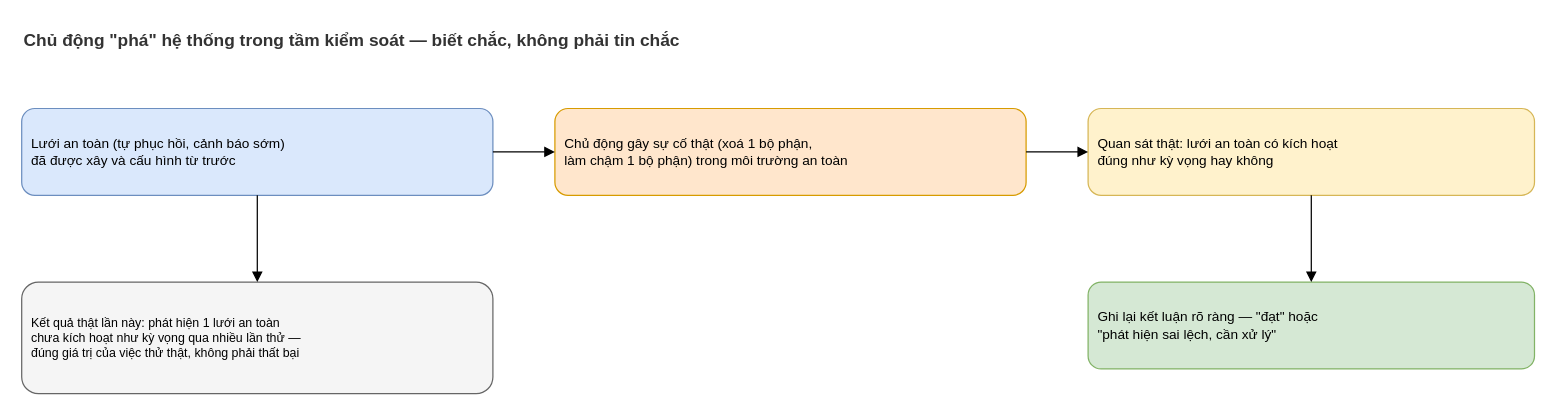
Above: docs/diagrams/025-chaos-pod-kill-latency-flow-nghiep-vu.drawio in nmhieuit/ecommerce (draw.io), before the change. Source tidied: cells renumbered, new cells numbered last; positions are measured from the earlier drawing's top-left corner, leaving out a move shared by most shapes. Both pictures are drawn from the tidied source at 124%, with x=0, y=0 at pixel (21, 21).
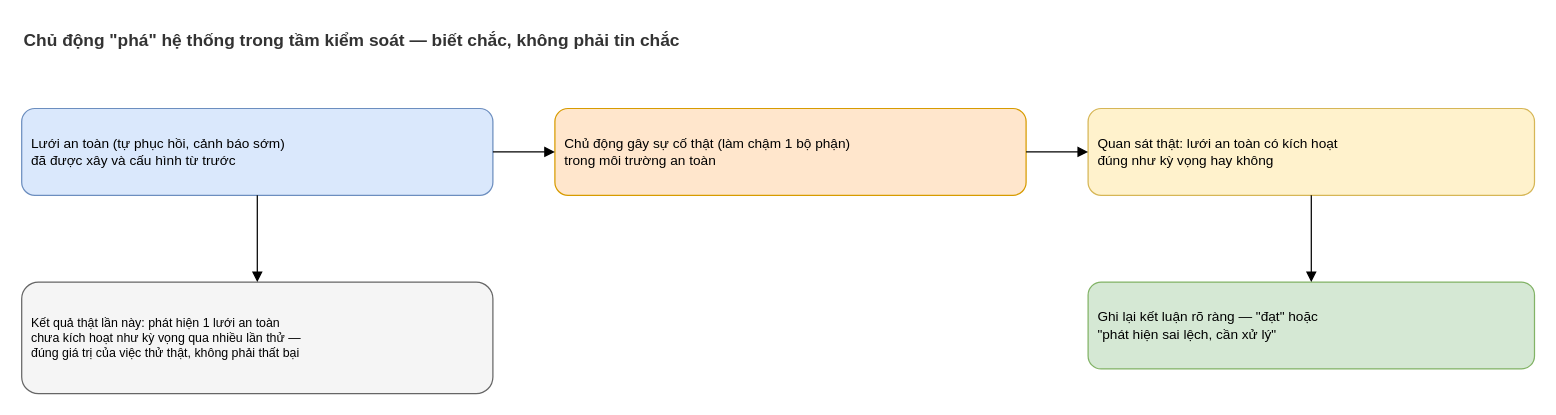
The same page after the edit.

Diff of the diagram source:
```diff
@@
 <mxGraphModel>
   <root>
     <mxCell id="0" />
     <mxCell id="1" parent="0" />
     <mxCell id="2" value="Chủ động &quot;phá&quot; hệ thống trong tầm kiểm soát — biết chắc, không phải tin chắc" style="text;html=1;fontStyle=1;fontSize=14;fontColor=#333333;" parent="1" vertex="1">
       <mxGeometry width="1000" height="26" as="geometry" />
     </mxCell>
     <mxCell id="3" value="Lưới an toàn (tự phục hồi, cảnh báo sớm)&#10;đã được xây và cấu hình từ trước" style="rounded=1;whiteSpace=wrap;html=1;fillColor=#dae8fc;strokeColor=#6c8ebf;fontSize=11;align=left;spacingLeft=6;" parent="1" vertex="1">
       <mxGeometry y="70" width="380" height="70" as="geometry" />
     </mxCell>
-    <mxCell id="4" value="Chủ động gây sự cố thật (xoá 1 bộ phận,&#10;làm chậm 1 bộ phận) trong môi trường an toàn" style="rounded=1;whiteSpace=wrap;html=1;fillColor=#ffe6cc;strokeColor=#d79b00;fontSize=11;align=left;spacingLeft=6;" parent="1" vertex="1">
+    <mxCell id="4" value="Chủ động gây sự cố thật (làm chậm 1 bộ phận)&#10;trong môi trường an toàn" style="rounded=1;whiteSpace=wrap;html=1;fillColor=#ffe6cc;strokeColor=#d79b00;fontSize=11;align=left;spacingLeft=6;" parent="1" vertex="1">
       <mxGeometry x="430" y="70" width="380" height="70" as="geometry" />
     </mxCell>
     <mxCell id="5" value="Quan sát thật: lưới an toàn có kích hoạt&#10;đúng như kỳ vọng hay không" style="rounded=1;whiteSpace=wrap;html=1;fillColor=#fff2cc;strokeColor=#d6b656;fontSize=11;align=left;spacingLeft=6;" parent="1" vertex="1">
       <mxGeometry x="860" y="70" width="360" height="70" as="geometry" />
     </mxCell>
     <mxCell id="6" value="Ghi lại kết luận rõ ràng — &quot;đạt&quot; hoặc&#10;&quot;phát hiện sai lệch, cần xử lý&quot;" style="rounded=1;whiteSpace=wrap;html=1;fillColor=#d5e8d4;strokeColor=#82b366;fontSize=11;align=left;spacingLeft=6;" parent="1" vertex="1">
       <mxGeometry x="860" y="210" width="360" height="70" as="geometry" />
     </mxCell>
     <mxCell id="7" value="Kết quả thật lần này: phát hiện 1 lưới an toàn&#10;chưa kích hoạt như kỳ vọng qua nhiều lần thử —&#10;đúng giá trị của việc thử thật, không phải thất bại" style="rounded=1;whiteSpace=wrap;html=1;fillColor=#f5f5f5;strokeColor=#666666;fontSize=10;align=left;spacingLeft=6;" parent="1" vertex="1">
       <mxGeometry y="210" width="380" height="90" as="geometry" />
     </mxCell>
     <mxCell id="8" style="edgeStyle=orthogonalEdgeStyle;html=1;endArrow=block;fontSize=9;" parent="1" edge="1" source="3" target="4">
       <mxGeometry relative="1" as="geometry" />
     </mxCell>
     <mxCell id="9" style="edgeStyle=orthogonalEdgeStyle;html=1;endArrow=block;fontSize=9;" parent="1" edge="1" source="4" target="5">
       <mxGeometry relative="1" as="geometry" />
     </mxCell>
     <mxCell id="10" style="edgeStyle=orthogonalEdgeStyle;html=1;endArrow=block;fontSize=9;" parent="1" edge="1" source="5" target="6">
       <mxGeometry relative="1" as="geometry" />
     </mxCell>
     <mxCell id="11" style="edgeStyle=orthogonalEdgeStyle;html=1;endArrow=block;fontSize=9;" parent="1" edge="1" source="3" target="7">
       <mxGeometry relative="1" as="geometry" />
     </mxCell>
   </root>
 </mxGraphModel>
```
